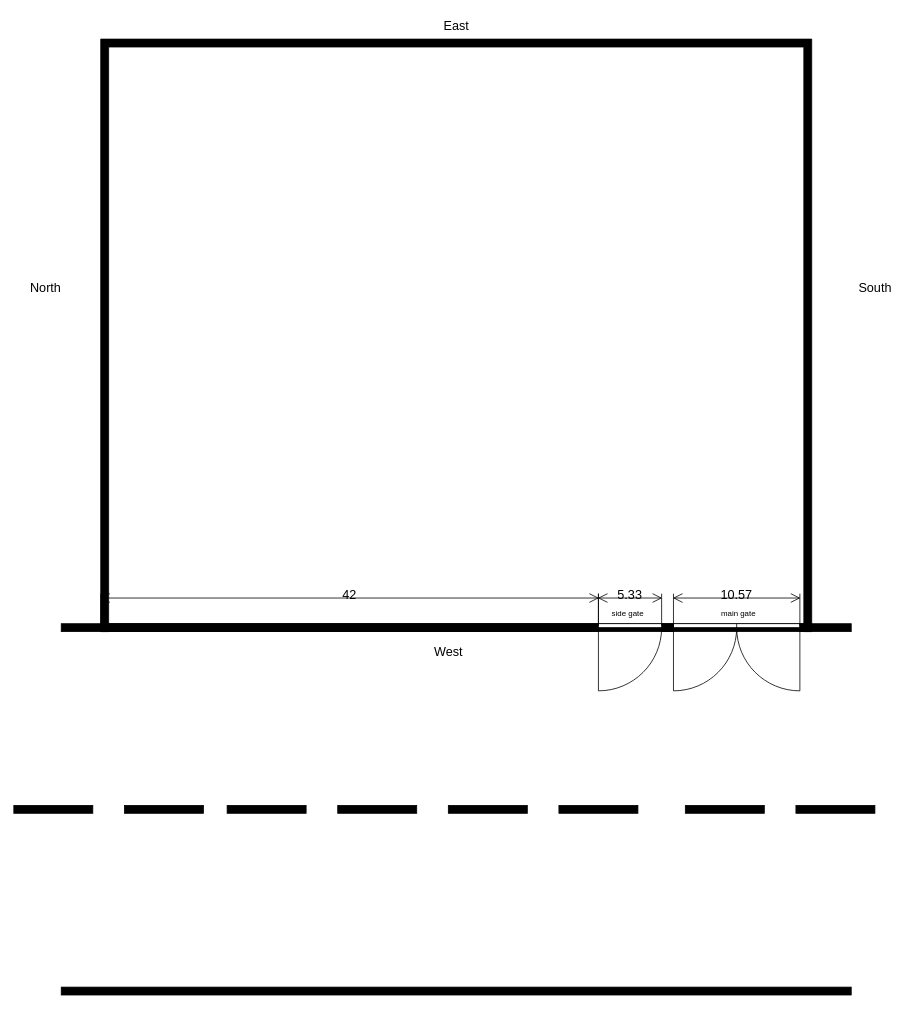
Above: page "Page-2" (2 of 2) of house_design.drawio in appsparkler/draw.io (draw.io), before the change. Source tidied: cells renumbered, new cells numbered last; positions are measured from the earlier drawing's top-left corner, leaving out a move shared by most shapes. Both pictures are drawn from the tidied source at 79%, with x=0, y=0 at pixel (13, 13).
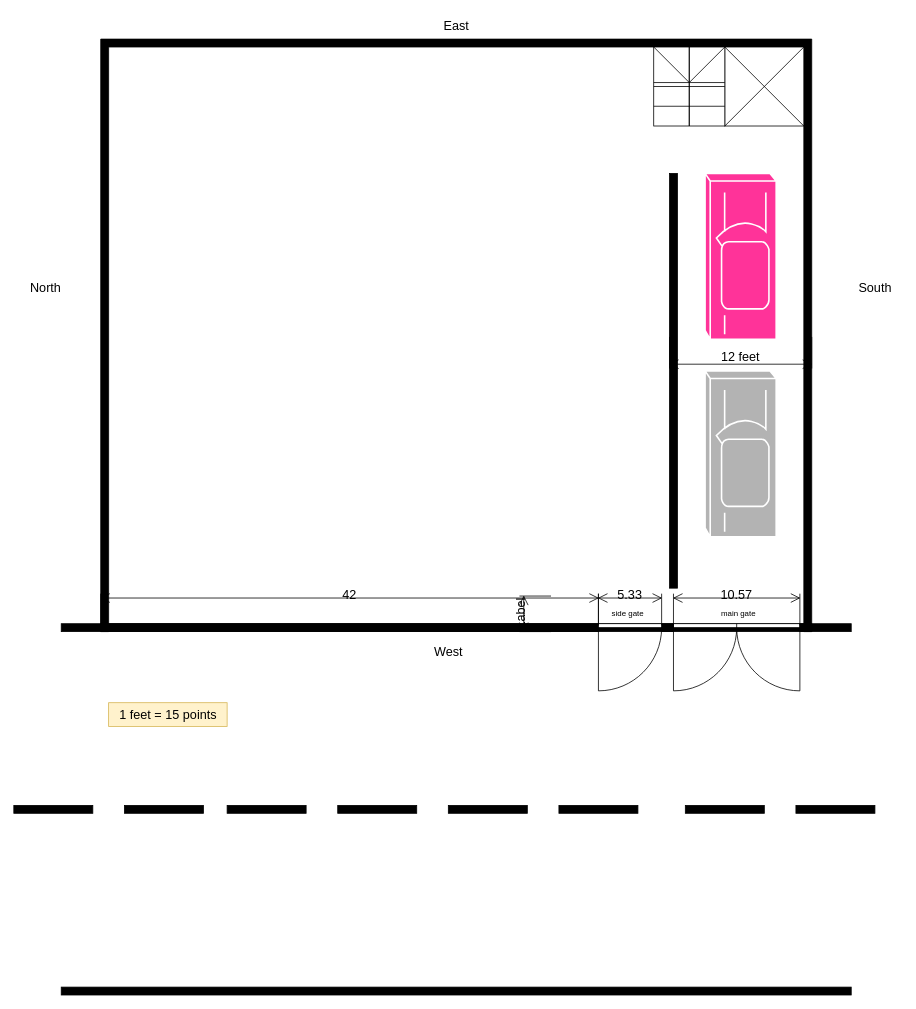
The same diagram, later.

Diff of the diagram source:
```diff
@@
+    <mxCell id="32" parent="0" />
+    <mxCell id="33" value="1 feet = 15 points" style="text;html=1;align=center;verticalAlign=middle;strokeColor=#d6b656;fillColor=#fff2cc;fontSize=16;" parent="32" vertex="1">
+      <mxGeometry x="120" y="872" width="150" height="30" as="geometry" />
+    </mxCell>
@@
+    <mxCell id="34" parent="0" />
+    <mxCell id="35" style="verticalLabelPosition=bottom;html=1;verticalAlign=top;align=center;shape=mxgraph.floorplan.wall;fillColor=strokeColor;direction=south;fontSize=16;" parent="34" vertex="1">
+      <mxGeometry x="830" y="202" width="10" height="525" as="geometry" />
+    </mxCell>
+    <mxCell id="36" value="&lt;div&gt;12 feet&lt;/div&gt;" style="shape=dimension;whiteSpace=wrap;html=1;align=center;verticalAlign=bottom;spacingBottom=3;labelBackgroundColor=none;fontSize=16;" parent="34" vertex="1">
+      <mxGeometry x="830" y="409" width="180" height="40" as="geometry" />
+    </mxCell>
+    <mxCell id="37" style="shape=mxgraph.cisco.misc.car;html=1;dashed=0;fillColor=#FF3399;strokeColor=#ffffff;strokeWidth=2;verticalLabelPosition=bottom;verticalAlign=top;align=center;fontSize=16;rotation=-90;" parent="34" vertex="1">
+      <mxGeometry x="815" y="262" width="210" height="90" as="geometry" />
+    </mxCell>
+    <mxCell id="38" style="shape=mxgraph.cisco.misc.car;html=1;dashed=0;fillColor=#B3B3B3;strokeColor=#ffffff;strokeWidth=2;verticalLabelPosition=bottom;verticalAlign=top;align=center;fontSize=16;rotation=-90;" parent="34" vertex="1">
+      <mxGeometry x="815" y="512" width="210" height="90" as="geometry" />
+    </mxCell>
+    <mxCell id="39" value="Label" style="shape=dimension;direction=south;whiteSpace=wrap;html=1;align=center;verticalAlign=top;labelBackgroundColor=none;horizontal=0;spacingTop=-15;fontSize=16;" parent="34" vertex="1">
+      <mxGeometry x="640" y="737" width="40" height="45" as="geometry" />
+    </mxCell>
+    <mxCell id="40" style="verticalLabelPosition=bottom;html=1;verticalAlign=top;align=center;shape=mxgraph.floorplan.elevator;fontSize=16;" parent="34" vertex="1">
+      <mxGeometry x="900" y="42" width="100" height="100" as="geometry" />
+    </mxCell>
+    <mxCell id="41" style="verticalLabelPosition=bottom;html=1;verticalAlign=top;align=center;shape=mxgraph.floorplan.stairsRest;fontSize=16;rotation=-90;" parent="34" vertex="1">
+      <mxGeometry x="805" y="47" width="100" height="90" as="geometry" />
+    </mxCell>
```
